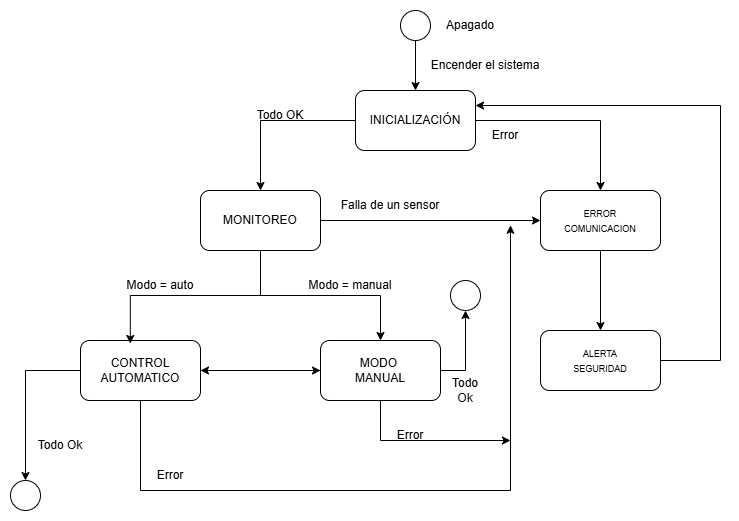
This is imagenes/FMS/FMS.png from Jesus-InC/Sistema-Domotico-Inteligente, a draw.io export, as it was before one commit. Source tidied: cells renumbered, new cells last; positions are measured from the earlier drawing's top-left corner, leaving out a move shared by most shapes. Source of this version:
```xml
<mxGraphModel>
  <root>
    <mxCell id="0" />
    <mxCell id="1" parent="0" />
    <mxCell id="2" style="edgeStyle=orthogonalEdgeStyle;rounded=0;jettySize=auto;html=1;" parent="1" edge="1" source="3" target="7">
      <mxGeometry relative="1" as="geometry" />
    </mxCell>
    <mxCell id="3" style="ellipse;whiteSpace=wrap;html=1;fillColor=light-dark(#FFFFFF,#000033);" parent="1" vertex="1">
      <mxGeometry x="390" width="30" height="30" as="geometry" />
    </mxCell>
    <mxCell id="4" value="Apagado" style="text;html=1;whiteSpace=wrap;strokeColor=none;fillColor=none;align=center;verticalAlign=middle;rounded=0;" parent="1" vertex="1">
      <mxGeometry x="430" width="60" height="30" as="geometry" />
    </mxCell>
    <mxCell id="5" style="edgeStyle=orthogonalEdgeStyle;rounded=0;jettySize=auto;html=1;entryX=0.5;entryY=0;entryDx=0;entryDy=0;" parent="1" edge="1" source="7" target="11">
      <mxGeometry relative="1" as="geometry" />
    </mxCell>
    <mxCell id="6" style="edgeStyle=orthogonalEdgeStyle;rounded=0;jettySize=auto;html=1;entryX=0.5;entryY=0;entryDx=0;entryDy=0;" parent="1" edge="1" source="7" target="13">
      <mxGeometry relative="1" as="geometry" />
    </mxCell>
    <mxCell id="7" value="INICIALIZACIÓN" style="rounded=1;whiteSpace=wrap;html=1;" parent="1" vertex="1">
      <mxGeometry x="345" y="80" width="120" height="60" as="geometry" />
    </mxCell>
    <mxCell id="8" value="Encender el sistema" style="text;html=1;whiteSpace=wrap;strokeColor=none;fillColor=none;align=center;verticalAlign=middle;rounded=0;" parent="1" vertex="1">
      <mxGeometry x="410" y="40" width="130" height="30" as="geometry" />
    </mxCell>
    <mxCell id="9" style="edgeStyle=orthogonalEdgeStyle;rounded=0;jettySize=auto;html=1;entryX=0.5;entryY=0;entryDx=0;entryDy=0;" parent="1" edge="1" source="11" target="21">
      <mxGeometry relative="1" as="geometry" />
    </mxCell>
    <mxCell id="10" style="edgeStyle=orthogonalEdgeStyle;rounded=0;jettySize=auto;html=1;entryX=0;entryY=0.5;entryDx=0;entryDy=0;" parent="1" edge="1" source="11" target="13">
      <mxGeometry relative="1" as="geometry" />
    </mxCell>
    <mxCell id="11" value="MONITOREO" style="rounded=1;whiteSpace=wrap;html=1;" parent="1" vertex="1">
      <mxGeometry x="190" y="180" width="120" height="60" as="geometry" />
    </mxCell>
    <mxCell id="12" style="edgeStyle=orthogonalEdgeStyle;rounded=0;jettySize=auto;html=1;" parent="1" edge="1" source="13" target="27">
      <mxGeometry relative="1" as="geometry" />
    </mxCell>
    <mxCell id="13" value="&lt;font style=&quot;font-size: 9px;&quot;&gt;ERROR&lt;/font&gt;&lt;div&gt;&lt;font style=&quot;font-size: 9px;&quot;&gt;COMUNICACION&lt;/font&gt;&lt;/div&gt;" style="rounded=1;whiteSpace=wrap;html=1;" parent="1" vertex="1">
      <mxGeometry x="530" y="180" width="120" height="60" as="geometry" />
    </mxCell>
    <mxCell id="14" style="edgeStyle=orthogonalEdgeStyle;rounded=0;jettySize=auto;html=1;entryX=0;entryY=0.5;entryDx=0;entryDy=0;" parent="1" edge="1" source="17" target="21">
      <mxGeometry relative="1" as="geometry" />
    </mxCell>
    <mxCell id="15" style="edgeStyle=orthogonalEdgeStyle;rounded=0;jettySize=auto;html=1;entryX=0.5;entryY=0;entryDx=0;entryDy=0;" parent="1" edge="1" source="17" target="34">
      <mxGeometry relative="1" as="geometry">
        <Array as="points">
          <mxPoint x="15" y="360" />
        </Array>
      </mxGeometry>
    </mxCell>
    <mxCell id="16" style="edgeStyle=orthogonalEdgeStyle;rounded=0;jettySize=auto;html=1;" parent="1" edge="1" source="17">
      <mxGeometry relative="1" as="geometry">
        <mxPoint x="500" y="214.8" as="targetPoint" />
        <Array as="points">
          <mxPoint x="130" y="480" />
          <mxPoint x="500" y="480" />
        </Array>
      </mxGeometry>
    </mxCell>
    <mxCell id="17" value="CONTROL&lt;div&gt;AUTOMATICO&lt;/div&gt;" style="rounded=1;whiteSpace=wrap;html=1;" parent="1" vertex="1">
      <mxGeometry x="70" y="330" width="120" height="60" as="geometry" />
    </mxCell>
    <mxCell id="18" style="edgeStyle=orthogonalEdgeStyle;rounded=0;jettySize=auto;html=1;entryX=1;entryY=0.5;entryDx=0;entryDy=0;" parent="1" edge="1" source="21" target="17">
      <mxGeometry relative="1" as="geometry" />
    </mxCell>
    <mxCell id="19" style="edgeStyle=orthogonalEdgeStyle;rounded=0;jettySize=auto;html=1;" parent="1" edge="1" source="21">
      <mxGeometry relative="1" as="geometry">
        <mxPoint x="500" y="430" as="targetPoint" />
        <Array as="points">
          <mxPoint x="370" y="430" />
        </Array>
      </mxGeometry>
    </mxCell>
    <mxCell id="20" style="edgeStyle=orthogonalEdgeStyle;rounded=0;jettySize=auto;html=1;entryX=0.5;entryY=1;entryDx=0;entryDy=0;" parent="1" edge="1" source="21" target="35">
      <mxGeometry relative="1" as="geometry" />
    </mxCell>
    <mxCell id="21" value="MODO&amp;nbsp;&lt;div&gt;MANUAL&lt;/div&gt;" style="rounded=1;whiteSpace=wrap;html=1;" parent="1" vertex="1">
      <mxGeometry x="310" y="330" width="120" height="60" as="geometry" />
    </mxCell>
    <mxCell id="22" style="edgeStyle=orthogonalEdgeStyle;rounded=0;jettySize=auto;html=1;entryX=0.415;entryY=0.05;entryDx=0;entryDy=0;entryPerimeter=0;" parent="1" edge="1" source="11" target="17">
      <mxGeometry relative="1" as="geometry" />
    </mxCell>
    <mxCell id="23" value="Falla de un sensor" style="text;html=1;whiteSpace=wrap;strokeColor=none;fillColor=none;align=center;verticalAlign=middle;rounded=0;" parent="1" vertex="1">
      <mxGeometry x="320" y="180" width="120" height="30" as="geometry" />
    </mxCell>
    <mxCell id="24" value="Modo = auto" style="text;html=1;whiteSpace=wrap;strokeColor=none;fillColor=none;align=center;verticalAlign=middle;rounded=0;" parent="1" vertex="1">
      <mxGeometry x="110" y="260" width="80" height="30" as="geometry" />
    </mxCell>
    <mxCell id="25" value="Modo = manual" style="text;html=1;whiteSpace=wrap;strokeColor=none;fillColor=none;align=center;verticalAlign=middle;rounded=0;" parent="1" vertex="1">
      <mxGeometry x="290" y="260" width="100" height="30" as="geometry" />
    </mxCell>
    <mxCell id="26" style="edgeStyle=orthogonalEdgeStyle;rounded=0;jettySize=auto;html=1;entryX=1;entryY=0.25;entryDx=0;entryDy=0;" parent="1" edge="1" source="27" target="7">
      <mxGeometry relative="1" as="geometry">
        <Array as="points">
          <mxPoint x="710" y="350" />
          <mxPoint x="710" y="95" />
        </Array>
      </mxGeometry>
    </mxCell>
    <mxCell id="27" value="&lt;span style=&quot;font-size: 9px;&quot;&gt;ALERTA&lt;/span&gt;&lt;div&gt;&lt;span style=&quot;font-size: 9px;&quot;&gt;SEGURIDAD&lt;/span&gt;&lt;/div&gt;" style="whiteSpace=wrap;html=1;rounded=1;" parent="1" vertex="1">
      <mxGeometry x="530" y="320" width="120" height="60" as="geometry" />
    </mxCell>
    <mxCell id="28" value="Todo OK" style="text;html=1;whiteSpace=wrap;strokeColor=none;fillColor=none;align=center;verticalAlign=middle;rounded=0;" parent="1" vertex="1">
      <mxGeometry x="240" y="90" width="60" height="30" as="geometry" />
    </mxCell>
    <mxCell id="29" value="Error" style="text;html=1;whiteSpace=wrap;strokeColor=none;fillColor=none;align=center;verticalAlign=middle;rounded=0;" parent="1" vertex="1">
      <mxGeometry x="465" y="110" width="60" height="30" as="geometry" />
    </mxCell>
    <mxCell id="30" value="Todo Ok" style="text;html=1;whiteSpace=wrap;strokeColor=none;fillColor=none;align=center;verticalAlign=middle;rounded=0;" parent="1" vertex="1">
      <mxGeometry x="20" y="420" width="60" height="30" as="geometry" />
    </mxCell>
    <mxCell id="31" value="Error" style="text;html=1;whiteSpace=wrap;strokeColor=none;fillColor=none;align=center;verticalAlign=middle;rounded=0;" parent="1" vertex="1">
      <mxGeometry x="130" y="450" width="60" height="30" as="geometry" />
    </mxCell>
    <mxCell id="32" value="Todo Ok" style="text;html=1;whiteSpace=wrap;strokeColor=none;fillColor=none;align=center;verticalAlign=middle;rounded=0;" parent="1" vertex="1">
      <mxGeometry x="435" y="370" width="40" height="20" as="geometry" />
    </mxCell>
    <mxCell id="33" value="Error" style="text;html=1;whiteSpace=wrap;strokeColor=none;fillColor=none;align=center;verticalAlign=middle;rounded=0;" parent="1" vertex="1">
      <mxGeometry x="370" y="410" width="60" height="30" as="geometry" />
    </mxCell>
    <mxCell id="34" style="ellipse;whiteSpace=wrap;html=1;fillColor=light-dark(#FFFFFF,#000033);" parent="1" vertex="1">
      <mxGeometry y="470" width="30" height="30" as="geometry" />
    </mxCell>
    <mxCell id="35" style="ellipse;whiteSpace=wrap;html=1;fillColor=light-dark(#FFFFFF,#000033);" parent="1" vertex="1">
      <mxGeometry x="440" y="270" width="30" height="30" as="geometry" />
    </mxCell>
  </root>
</mxGraphModel>
```
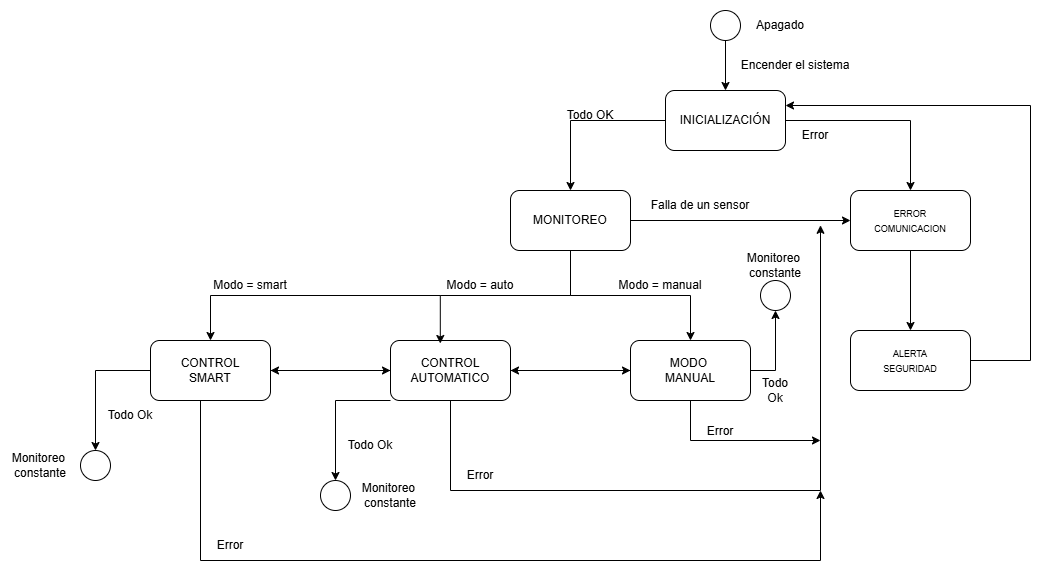
Above is the later version.

Diff of the diagram source:
```diff
@@ -41,10 +41,10 @@
     <mxCell id="14" style="edgeStyle=orthogonalEdgeStyle;rounded=0;jettySize=auto;html=1;entryX=0;entryY=0.5;entryDx=0;entryDy=0;" parent="1" edge="1" source="17" target="21">
       <mxGeometry relative="1" as="geometry" />
     </mxCell>
-    <mxCell id="15" style="edgeStyle=orthogonalEdgeStyle;rounded=0;jettySize=auto;html=1;entryX=0.5;entryY=0;entryDx=0;entryDy=0;" parent="1" edge="1" source="17" target="34">
+    <mxCell id="15" style="edgeStyle=orthogonalEdgeStyle;rounded=0;jettySize=auto;html=1;entryX=0.5;entryY=0;entryDx=0;entryDy=0;exitX=0;exitY=1;exitDx=0;exitDy=0;" parent="1" edge="1" source="17" target="34">
       <mxGeometry relative="1" as="geometry">
         <Array as="points">
-          <mxPoint x="15" y="360" />
+          <mxPoint x="15" y="390" />
         </Array>
       </mxGeometry>
     </mxCell>
@@ -57,6 +57,9 @@
         </Array>
       </mxGeometry>
     </mxCell>
+    <mxCell id="36" style="edgeStyle=orthogonalEdgeStyle;rounded=0;jettySize=auto;html=1;entryX=1;entryY=0.5;entryDx=0;entryDy=0;" parent="1" edge="1" source="17" target="41">
+      <mxGeometry relative="1" as="geometry" />
+    </mxCell>
     <mxCell id="17" value="CONTROL&lt;div&gt;AUTOMATICO&lt;/div&gt;" style="rounded=1;whiteSpace=wrap;html=1;" parent="1" vertex="1">
       <mxGeometry x="70" y="330" width="120" height="60" as="geometry" />
     </mxCell>
@@ -84,7 +87,7 @@
       <mxGeometry x="320" y="180" width="120" height="30" as="geometry" />
     </mxCell>
     <mxCell id="24" value="Modo = auto" style="text;html=1;whiteSpace=wrap;strokeColor=none;fillColor=none;align=center;verticalAlign=middle;rounded=0;" parent="1" vertex="1">
-      <mxGeometry x="110" y="260" width="80" height="30" as="geometry" />
+      <mxGeometry x="120" y="260" width="80" height="30" as="geometry" />
     </mxCell>
     <mxCell id="25" value="Modo = manual" style="text;html=1;whiteSpace=wrap;strokeColor=none;fillColor=none;align=center;verticalAlign=middle;rounded=0;" parent="1" vertex="1">
       <mxGeometry x="290" y="260" width="100" height="30" as="geometry" />
@@ -116,7 +119,7 @@
       <mxGeometry x="435" y="370" width="40" height="20" as="geometry" />
     </mxCell>
     <mxCell id="33" value="Error" style="text;html=1;whiteSpace=wrap;strokeColor=none;fillColor=none;align=center;verticalAlign=middle;rounded=0;" parent="1" vertex="1">
-      <mxGeometry x="370" y="410" width="60" height="30" as="geometry" />
+      <mxGeometry x="370" y="406" width="60" height="30" as="geometry" />
     </mxCell>
     <mxCell id="34" style="ellipse;whiteSpace=wrap;html=1;fillColor=light-dark(#FFFFFF,#000033);" parent="1" vertex="1">
       <mxGeometry y="470" width="30" height="30" as="geometry" />
@@ -124,5 +127,57 @@
     <mxCell id="35" style="ellipse;whiteSpace=wrap;html=1;fillColor=light-dark(#FFFFFF,#000033);" parent="1" vertex="1">
       <mxGeometry x="440" y="270" width="30" height="30" as="geometry" />
     </mxCell>
+    <mxCell id="37" value="Monitoreo&amp;nbsp;&lt;div&gt;constante&lt;/div&gt;" style="text;html=1;whiteSpace=wrap;strokeColor=none;fillColor=none;align=center;verticalAlign=middle;rounded=0;" parent="1" vertex="1">
+      <mxGeometry x="40" y="470" width="60" height="30" as="geometry" />
+    </mxCell>
+    <mxCell id="38" value="Monitoreo&amp;nbsp;&lt;div&gt;constante&lt;/div&gt;" style="text;html=1;whiteSpace=wrap;strokeColor=none;fillColor=none;align=center;verticalAlign=middle;rounded=0;" parent="1" vertex="1">
+      <mxGeometry x="425" y="240" width="60" height="30" as="geometry" />
+    </mxCell>
+    <mxCell id="39" style="edgeStyle=orthogonalEdgeStyle;rounded=0;jettySize=auto;html=1;entryX=0;entryY=0.5;entryDx=0;entryDy=0;" parent="1" edge="1" source="41" target="17">
+      <mxGeometry relative="1" as="geometry" />
+    </mxCell>
+    <mxCell id="40" style="edgeStyle=orthogonalEdgeStyle;rounded=0;jettySize=auto;html=1;" parent="1" edge="1" source="41">
+      <mxGeometry relative="1" as="geometry">
+        <mxPoint x="500" y="480" as="targetPoint" />
+        <Array as="points">
+          <mxPoint x="-120" y="550" />
+          <mxPoint x="500" y="550" />
+        </Array>
+      </mxGeometry>
+    </mxCell>
+    <mxCell id="41" value="CONTROL&lt;div&gt;SMART&lt;/div&gt;" style="rounded=1;whiteSpace=wrap;html=1;" parent="1" vertex="1">
+      <mxGeometry x="-170" y="330" width="120" height="60" as="geometry" />
+    </mxCell>
+    <mxCell id="42" style="endArrow=classic;html=1;rounded=0;entryX=0.5;entryY=0;entryDx=0;entryDy=0;" parent="1" edge="1" target="41">
+      <mxGeometry relative="1" as="geometry">
+        <mxPoint x="120" y="285" as="sourcePoint" />
+        <Array as="points">
+          <mxPoint x="-110" y="285" />
+        </Array>
+      </mxGeometry>
+    </mxCell>
+    <mxCell id="43" value="Modo = smart" style="text;html=1;whiteSpace=wrap;strokeColor=none;fillColor=none;align=center;verticalAlign=middle;rounded=0;" parent="1" vertex="1">
+      <mxGeometry x="-110" y="260" width="80" height="30" as="geometry" />
+    </mxCell>
+    <mxCell id="44" style="edgeStyle=orthogonalEdgeStyle;rounded=0;jettySize=auto;html=1;entryX=0.5;entryY=0;entryDx=0;entryDy=0;exitX=0;exitY=1;exitDx=0;exitDy=0;" parent="1" edge="1" target="46">
+      <mxGeometry relative="1" as="geometry">
+        <mxPoint x="-170" y="360" as="sourcePoint" />
+        <Array as="points">
+          <mxPoint x="-225" y="360" />
+        </Array>
+      </mxGeometry>
+    </mxCell>
+    <mxCell id="45" value="Todo Ok" style="text;html=1;whiteSpace=wrap;strokeColor=none;fillColor=none;align=center;verticalAlign=middle;rounded=0;" parent="1" vertex="1">
+      <mxGeometry x="-220" y="390" width="60" height="30" as="geometry" />
+    </mxCell>
+    <mxCell id="46" style="ellipse;whiteSpace=wrap;html=1;fillColor=light-dark(#FFFFFF,#000033);" parent="1" vertex="1">
+      <mxGeometry x="-240" y="440" width="30" height="30" as="geometry" />
+    </mxCell>
+    <mxCell id="47" value="Monitoreo&amp;nbsp;&lt;div&gt;constante&lt;/div&gt;" style="text;html=1;whiteSpace=wrap;strokeColor=none;fillColor=none;align=center;verticalAlign=middle;rounded=0;" parent="1" vertex="1">
+      <mxGeometry x="-310" y="440" width="60" height="30" as="geometry" />
+    </mxCell>
+    <mxCell id="48" value="Error" style="text;html=1;whiteSpace=wrap;strokeColor=none;fillColor=none;align=center;verticalAlign=middle;rounded=0;" parent="1" vertex="1">
+      <mxGeometry x="-120" y="520" width="60" height="30" as="geometry" />
+    </mxCell>
   </root>
 </mxGraphModel>
```
